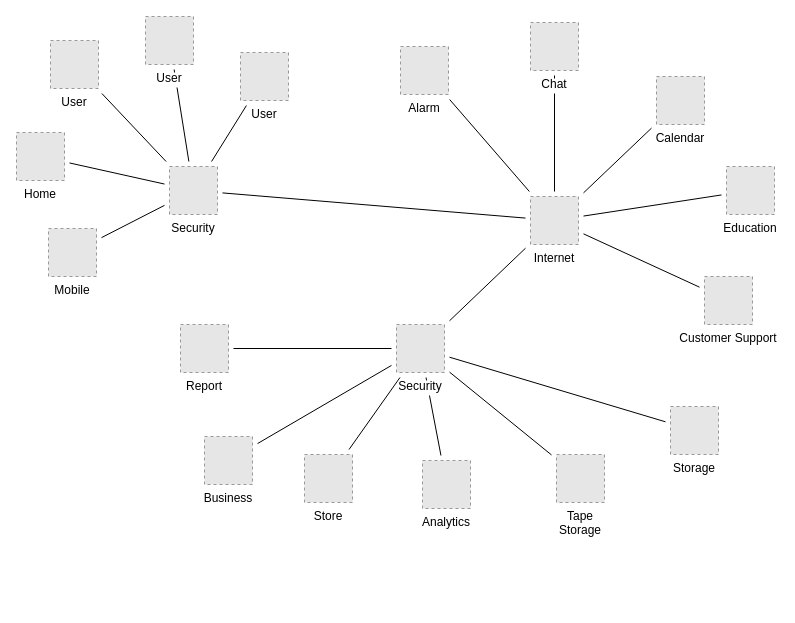
This is Diagrama sem nome.drawio from jramoss/jramoss, a draw.io file, before an edit. Source tidied: cells renumbered, new cells numbered last; positions are measured from the earlier drawing's top-left corner, leaving out a move shared by most shapes. Both pictures are drawn from the tidied source at 100%, with x=0, y=0 at pixel (16, 16). Pictures stored in the file or linked from it are replaced by grey dashed boxes.
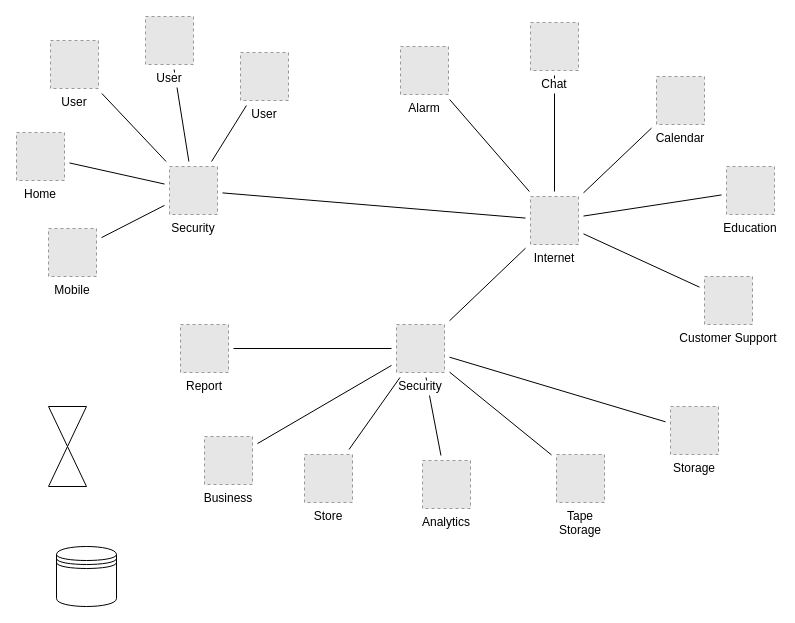
After the change.

Change to the diagram source:
```diff
@@
+    <mxCell id="39" style="shape=collate;whiteSpace=wrap;html=1;" parent="1" vertex="1">
+      <mxGeometry x="32" y="390" width="38" height="80" as="geometry" />
+    </mxCell>
+    <mxCell id="40" style="shape=datastore;whiteSpace=wrap;html=1;" parent="1" vertex="1">
+      <mxGeometry x="40" y="530" width="60" height="60" as="geometry" />
+    </mxCell>
```
